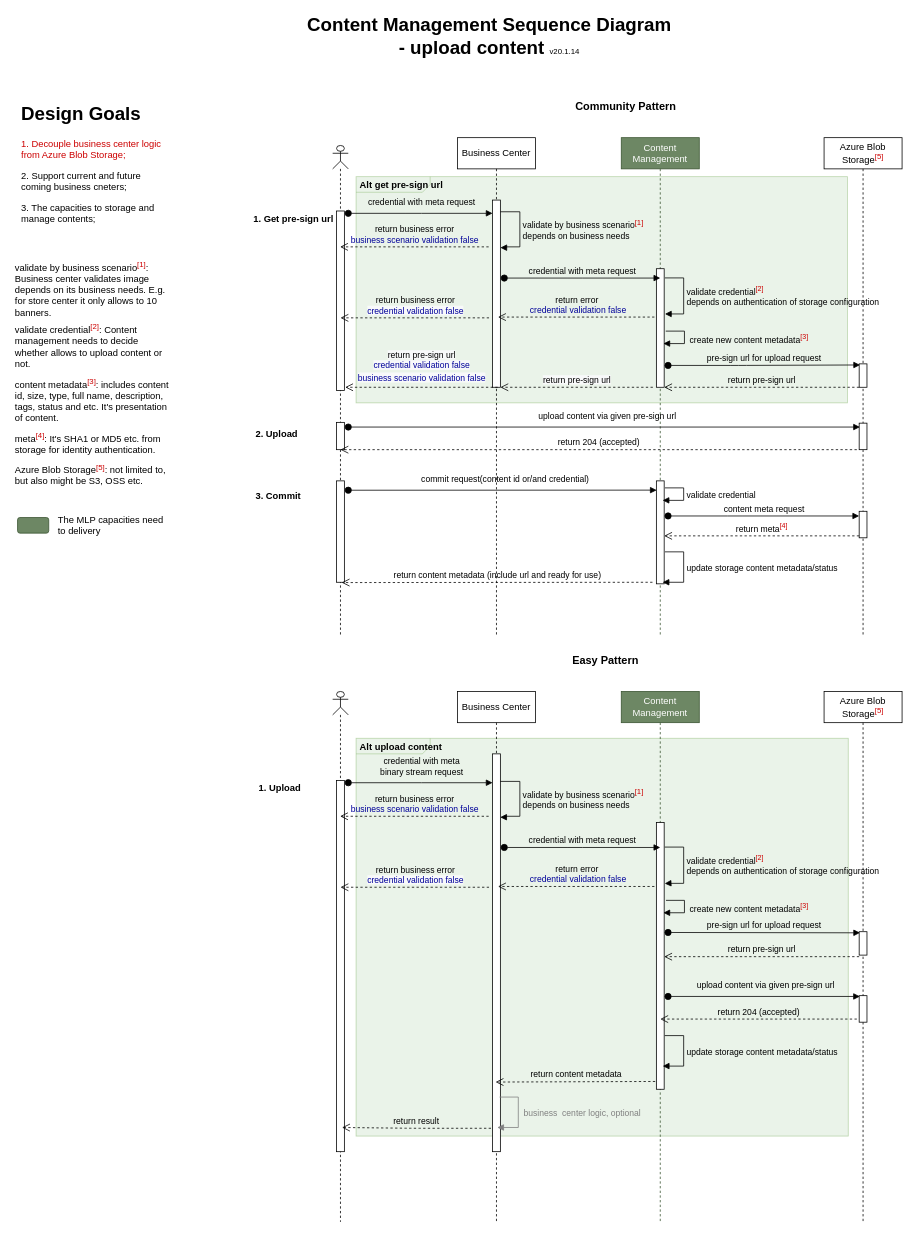
The draw.io diagram page "Uploading User Case" (1 of 2) of Mid Layer Platform Content Business Flow.drawio in sotheair/designs, before the edit. Source tidied: cells renumbered, new cells numbered last; positions are measured from the earlier drawing's top-left corner, leaving out a move shared by most shapes. Both pictures are drawn from the tidied source at 78%, with x=0, y=0 at pixel (13, 28).
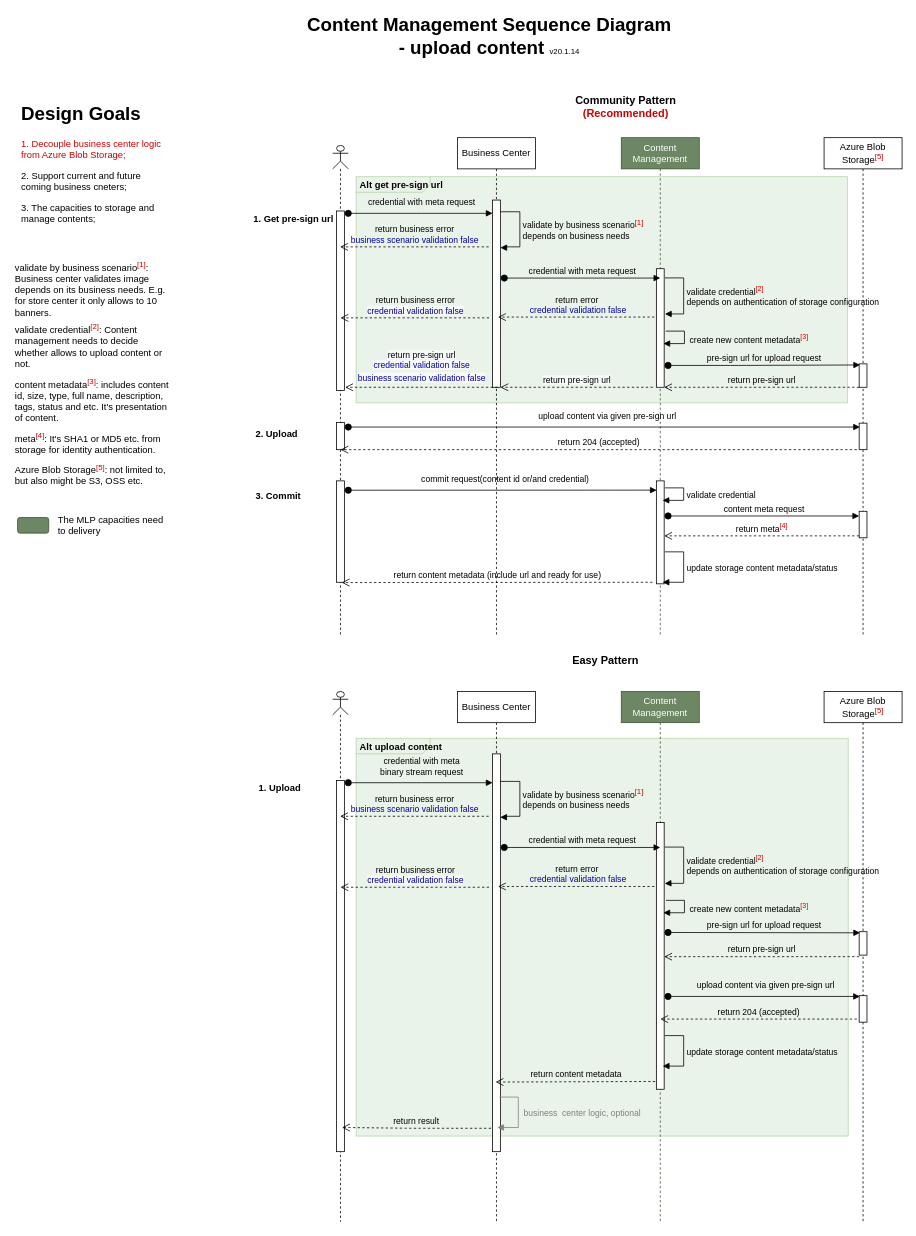
The same page after the edit.

The edit, as a diff of the source:
```diff
@@
-    <mxCell id="74" value="&lt;font style=&quot;font-size: 14px&quot;&gt;&lt;b&gt;Community Pattern&lt;/b&gt;&lt;/font&gt;" style="text;html=1;strokeColor=none;fillColor=none;align=center;verticalAlign=middle;whiteSpace=wrap;rounded=0;" parent="1" vertex="1">
+    <mxCell id="74" value="&lt;font&gt;&lt;b style=&quot;font-size: 14px&quot;&gt;Community Pattern &lt;font color=&quot;#cc0000&quot;&gt;(&lt;/font&gt;&lt;/b&gt;&lt;font color=&quot;#cc0000&quot;&gt;&lt;span style=&quot;font-size: 14px&quot;&gt;&lt;b&gt;Recommended&lt;/b&gt;&lt;/span&gt;&lt;b style=&quot;font-size: 14px&quot;&gt;)&lt;/b&gt;&lt;/font&gt;&lt;/font&gt;" style="text;html=1;strokeColor=none;fillColor=none;align=center;verticalAlign=middle;whiteSpace=wrap;rounded=0;" parent="1" vertex="1">
       <mxGeometry x="710" y="90" width="150" height="20" as="geometry" />
     </mxCell>
```
